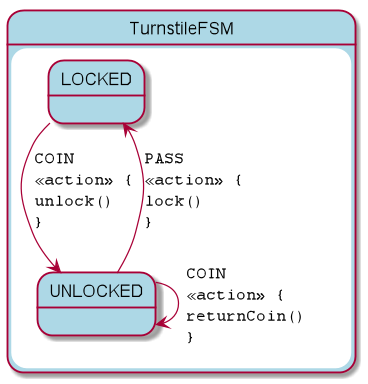
open-jumpco/kfsm keeps this PlantUML diagram as src/docs/asciidoc/turnstile_detail.png. Above is the earlier version. Its diagram source:
```plantuml
@startuml
skinparam StateFontName Helvetica
skinparam defaultFontName Monospaced
skinparam state {
    BackgroundColor LightBlue
}
state TurnstileFSM {
LOCKED --> UNLOCKED : COIN\l<<action>> {\lunlock()\l}
UNLOCKED --> UNLOCKED : COIN\l<<action>> {\lreturnCoin()\l}
UNLOCKED --> LOCKED : PASS\l<<action>> {\llock()\l}
}
@enduml
```
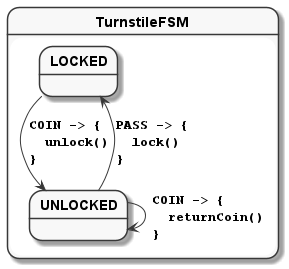
Later version of the same file.

Diff of the diagram source:
```diff
@@ -1,12 +1,15 @@
 @startuml
+skinparam monochrome true
 skinparam StateFontName Helvetica
 skinparam defaultFontName Monospaced
+skinparam defaultFontStyle Bold
 skinparam state {
-    BackgroundColor LightBlue
+    FontColor Black
+    FontStyle Bold
 }
 state TurnstileFSM {
-LOCKED --> UNLOCKED : COIN\l<<action>> {\lunlock()\l}
-UNLOCKED --> UNLOCKED : COIN\l<<action>> {\lreturnCoin()\l}
-UNLOCKED --> LOCKED : PASS\l<<action>> {\llock()\l}
+LOCKED --> UNLOCKED : COIN -> {\l  unlock()\l}
+UNLOCKED --> UNLOCKED : COIN -> {\l  returnCoin()\l}
+UNLOCKED --> LOCKED : PASS -> {\l  lock()\l}
 }
 @enduml
```
